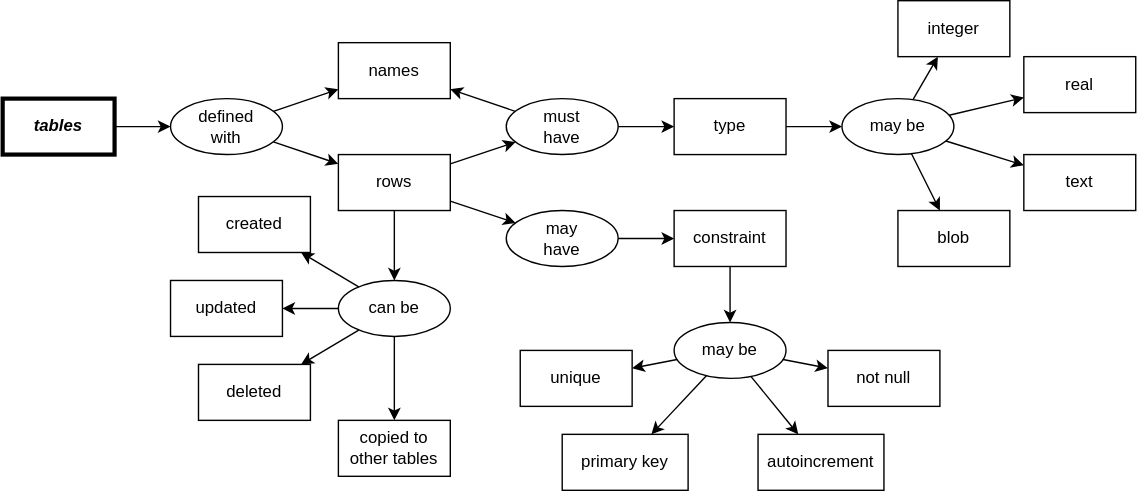
Before: docs/img/concept_map_datamod.svg, a diagram exported from draw.io (gvwilson/sql-tutorial). Source tidied: cells renumbered, new cells last; positions are measured from the earlier drawing's top-left corner, leaving out a move shared by most shapes.
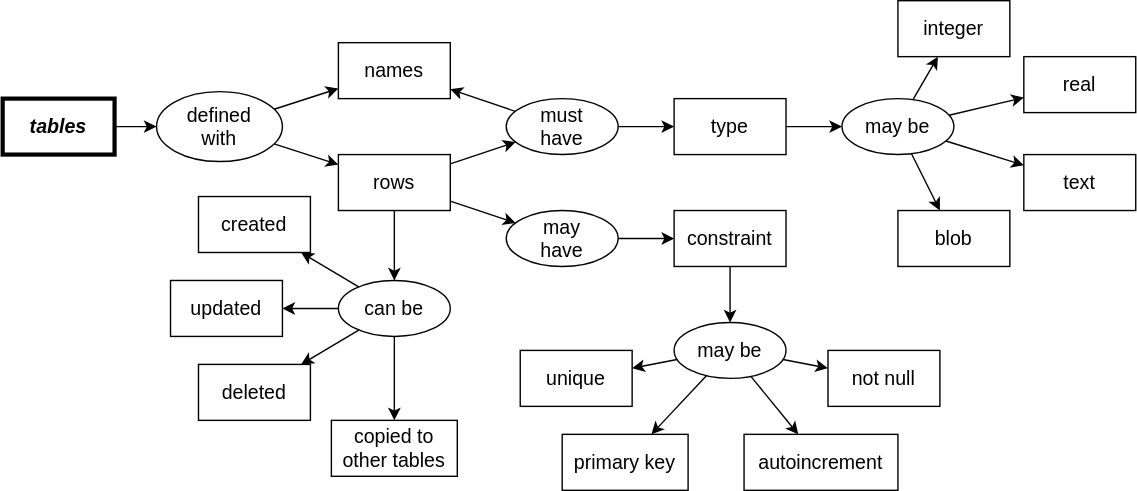
Later version of the same file.

What changed in the source:
```diff
@@ -2,142 +2,142 @@
   <root>
     <mxCell id="0" />
     <mxCell id="1" parent="0" />
-    <mxCell id="2" value="&lt;i&gt;&lt;b&gt;tables&lt;/b&gt;&lt;/i&gt;" style="rounded=0;whiteSpace=wrap;html=1;fillColor=none;strokeWidth=3;" parent="1" vertex="1">
+    <mxCell id="2" value="&lt;i style=&quot;font-size: 14px;&quot;&gt;&lt;b style=&quot;font-size: 14px;&quot;&gt;tables&lt;/b&gt;&lt;/i&gt;" style="rounded=0;whiteSpace=wrap;html=1;fillColor=none;strokeWidth=3;fontSize=14;" parent="1" vertex="1">
       <mxGeometry y="70" width="80" height="40" as="geometry" />
     </mxCell>
-    <mxCell id="3" value="defined&lt;br&gt;with" style="ellipse;whiteSpace=wrap;html=1;fillColor=none;" parent="1" vertex="1">
-      <mxGeometry x="120" y="70" width="80" height="40" as="geometry" />
+    <mxCell id="3" value="defined&lt;br style=&quot;font-size: 14px;&quot;&gt;with" style="ellipse;whiteSpace=wrap;html=1;fillColor=none;fontSize=14;" parent="1" vertex="1">
+      <mxGeometry x="110" y="65" width="90" height="50" as="geometry" />
     </mxCell>
-    <mxCell id="4" style="endArrow=classic;html=1;rounded=0;" parent="1" edge="1" source="2" target="3">
+    <mxCell id="4" style="endArrow=classic;html=1;rounded=0;fontSize=14;" parent="1" edge="1" source="2" target="3">
       <mxGeometry relative="1" as="geometry" />
     </mxCell>
-    <mxCell id="5" value="rows" style="rounded=0;whiteSpace=wrap;html=1;fillColor=none;" parent="1" vertex="1">
+    <mxCell id="5" value="rows" style="rounded=0;whiteSpace=wrap;html=1;fillColor=none;fontSize=14;" parent="1" vertex="1">
       <mxGeometry x="240" y="110" width="80" height="40" as="geometry" />
     </mxCell>
-    <mxCell id="6" style="endArrow=classic;html=1;rounded=0;" parent="1" edge="1" source="3" target="5">
+    <mxCell id="6" style="endArrow=classic;html=1;rounded=0;fontSize=14;" parent="1" edge="1" source="3" target="5">
       <mxGeometry relative="1" as="geometry" />
     </mxCell>
-    <mxCell id="7" value="names" style="rounded=0;whiteSpace=wrap;html=1;fillColor=none;" parent="1" vertex="1">
+    <mxCell id="7" value="names" style="rounded=0;whiteSpace=wrap;html=1;fillColor=none;fontSize=14;" parent="1" vertex="1">
       <mxGeometry x="240" y="30" width="80" height="40" as="geometry" />
     </mxCell>
-    <mxCell id="8" style="endArrow=classic;html=1;rounded=0;" parent="1" edge="1" source="3" target="7">
+    <mxCell id="8" style="endArrow=classic;html=1;rounded=0;fontSize=14;" parent="1" edge="1" source="3" target="7">
       <mxGeometry relative="1" as="geometry" />
     </mxCell>
-    <mxCell id="9" value="must&lt;br&gt;have" style="ellipse;whiteSpace=wrap;html=1;fillColor=none;" parent="1" vertex="1">
+    <mxCell id="9" value="must&lt;br style=&quot;font-size: 14px;&quot;&gt;have" style="ellipse;whiteSpace=wrap;html=1;fillColor=none;fontSize=14;" parent="1" vertex="1">
       <mxGeometry x="360" y="70" width="80" height="40" as="geometry" />
     </mxCell>
-    <mxCell id="10" style="endArrow=classic;html=1;rounded=0;" parent="1" edge="1" source="5" target="9">
+    <mxCell id="10" style="endArrow=classic;html=1;rounded=0;fontSize=14;" parent="1" edge="1" source="5" target="9">
       <mxGeometry relative="1" as="geometry" />
     </mxCell>
-    <mxCell id="11" style="endArrow=classic;html=1;rounded=0;curved=0;" parent="1" edge="1" source="9" target="7">
+    <mxCell id="11" style="endArrow=classic;html=1;rounded=0;curved=0;fontSize=14;" parent="1" edge="1" source="9" target="7">
       <mxGeometry relative="1" as="geometry" />
     </mxCell>
-    <mxCell id="12" value="type" style="rounded=0;whiteSpace=wrap;html=1;fillColor=none;" parent="1" vertex="1">
+    <mxCell id="12" value="type" style="rounded=0;whiteSpace=wrap;html=1;fillColor=none;fontSize=14;" parent="1" vertex="1">
       <mxGeometry x="480" y="70" width="80" height="40" as="geometry" />
     </mxCell>
-    <mxCell id="13" value="constraint" style="rounded=0;whiteSpace=wrap;html=1;fillColor=none;" parent="1" vertex="1">
+    <mxCell id="13" value="constraint" style="rounded=0;whiteSpace=wrap;html=1;fillColor=none;fontSize=14;" parent="1" vertex="1">
       <mxGeometry x="480" y="150" width="80" height="40" as="geometry" />
     </mxCell>
-    <mxCell id="14" style="endArrow=classic;html=1;rounded=0;" parent="1" edge="1" source="9" target="12">
+    <mxCell id="14" style="endArrow=classic;html=1;rounded=0;fontSize=14;" parent="1" edge="1" source="9" target="12">
       <mxGeometry relative="1" as="geometry" />
     </mxCell>
-    <mxCell id="15" value="may&lt;br&gt;have" style="ellipse;whiteSpace=wrap;html=1;fillColor=none;" parent="1" vertex="1">
+    <mxCell id="15" value="may&lt;br style=&quot;font-size: 14px;&quot;&gt;have" style="ellipse;whiteSpace=wrap;html=1;fillColor=none;fontSize=14;" parent="1" vertex="1">
       <mxGeometry x="360" y="150" width="80" height="40" as="geometry" />
     </mxCell>
-    <mxCell id="16" style="endArrow=classic;html=1;rounded=0;" parent="1" edge="1" source="5" target="15">
+    <mxCell id="16" style="endArrow=classic;html=1;rounded=0;fontSize=14;" parent="1" edge="1" source="5" target="15">
       <mxGeometry relative="1" as="geometry" />
     </mxCell>
-    <mxCell id="17" style="endArrow=classic;html=1;rounded=0;" parent="1" edge="1" source="15" target="13">
+    <mxCell id="17" style="endArrow=classic;html=1;rounded=0;fontSize=14;" parent="1" edge="1" source="15" target="13">
       <mxGeometry relative="1" as="geometry" />
     </mxCell>
-    <mxCell id="18" value="may be" style="ellipse;whiteSpace=wrap;html=1;fillColor=none;" parent="1" vertex="1">
+    <mxCell id="18" value="may be" style="ellipse;whiteSpace=wrap;html=1;fillColor=none;fontSize=14;" parent="1" vertex="1">
       <mxGeometry x="600" y="70" width="80" height="40" as="geometry" />
     </mxCell>
-    <mxCell id="19" value="integer" style="rounded=0;whiteSpace=wrap;html=1;fillColor=none;" parent="1" vertex="1">
+    <mxCell id="19" value="integer" style="rounded=0;whiteSpace=wrap;html=1;fillColor=none;fontSize=14;" parent="1" vertex="1">
       <mxGeometry x="640" width="80" height="40" as="geometry" />
     </mxCell>
-    <mxCell id="20" style="endArrow=classic;html=1;rounded=0;" parent="1" edge="1" source="18" target="19">
+    <mxCell id="20" style="endArrow=classic;html=1;rounded=0;fontSize=14;" parent="1" edge="1" source="18" target="19">
       <mxGeometry relative="1" as="geometry" />
     </mxCell>
-    <mxCell id="21" value="real" style="rounded=0;whiteSpace=wrap;html=1;fillColor=none;" parent="1" vertex="1">
+    <mxCell id="21" value="real" style="rounded=0;whiteSpace=wrap;html=1;fillColor=none;fontSize=14;" parent="1" vertex="1">
       <mxGeometry x="730" y="40" width="80" height="40" as="geometry" />
     </mxCell>
-    <mxCell id="22" value="text" style="rounded=0;whiteSpace=wrap;html=1;fillColor=none;" parent="1" vertex="1">
+    <mxCell id="22" value="text" style="rounded=0;whiteSpace=wrap;html=1;fillColor=none;fontSize=14;" parent="1" vertex="1">
       <mxGeometry x="730" y="110" width="80" height="40" as="geometry" />
     </mxCell>
-    <mxCell id="23" style="endArrow=classic;html=1;rounded=0;" parent="1" edge="1" source="18" target="21">
+    <mxCell id="23" style="endArrow=classic;html=1;rounded=0;fontSize=14;" parent="1" edge="1" source="18" target="21">
       <mxGeometry relative="1" as="geometry" />
     </mxCell>
-    <mxCell id="24" style="endArrow=classic;html=1;rounded=0;" parent="1" edge="1" source="18" target="22">
+    <mxCell id="24" style="endArrow=classic;html=1;rounded=0;fontSize=14;" parent="1" edge="1" source="18" target="22">
       <mxGeometry relative="1" as="geometry" />
     </mxCell>
-    <mxCell id="25" value="blob" style="rounded=0;whiteSpace=wrap;html=1;fillColor=none;" parent="1" vertex="1">
+    <mxCell id="25" value="blob" style="rounded=0;whiteSpace=wrap;html=1;fillColor=none;fontSize=14;" parent="1" vertex="1">
       <mxGeometry x="640" y="150" width="80" height="40" as="geometry" />
     </mxCell>
-    <mxCell id="26" style="endArrow=classic;html=1;rounded=0;" parent="1" edge="1" source="18" target="25">
+    <mxCell id="26" style="endArrow=classic;html=1;rounded=0;fontSize=14;" parent="1" edge="1" source="18" target="25">
       <mxGeometry relative="1" as="geometry" />
     </mxCell>
-    <mxCell id="27" style="endArrow=classic;html=1;rounded=0;" parent="1" edge="1" source="12" target="18">
+    <mxCell id="27" style="endArrow=classic;html=1;rounded=0;fontSize=14;" parent="1" edge="1" source="12" target="18">
       <mxGeometry relative="1" as="geometry" />
     </mxCell>
-    <mxCell id="28" value="may be" style="ellipse;whiteSpace=wrap;html=1;fillColor=none;" parent="1" vertex="1">
+    <mxCell id="28" value="may be" style="ellipse;whiteSpace=wrap;html=1;fillColor=none;fontSize=14;" parent="1" vertex="1">
       <mxGeometry x="480" y="230" width="80" height="40" as="geometry" />
     </mxCell>
-    <mxCell id="29" style="endArrow=classic;html=1;rounded=0;" parent="1" edge="1" source="13" target="28">
+    <mxCell id="29" style="endArrow=classic;html=1;rounded=0;fontSize=14;" parent="1" edge="1" source="13" target="28">
       <mxGeometry relative="1" as="geometry" />
     </mxCell>
-    <mxCell id="30" value="unique" style="rounded=0;whiteSpace=wrap;html=1;fillColor=none;" parent="1" vertex="1">
+    <mxCell id="30" value="unique" style="rounded=0;whiteSpace=wrap;html=1;fillColor=none;fontSize=14;" parent="1" vertex="1">
       <mxGeometry x="370" y="250" width="80" height="40" as="geometry" />
     </mxCell>
-    <mxCell id="31" value="not null" style="rounded=0;whiteSpace=wrap;html=1;fillColor=none;" parent="1" vertex="1">
+    <mxCell id="31" value="not null" style="rounded=0;whiteSpace=wrap;html=1;fillColor=none;fontSize=14;" parent="1" vertex="1">
       <mxGeometry x="590" y="250" width="80" height="40" as="geometry" />
     </mxCell>
-    <mxCell id="32" style="endArrow=classic;html=1;rounded=0;" parent="1" edge="1" source="28" target="30">
+    <mxCell id="32" style="endArrow=classic;html=1;rounded=0;fontSize=14;" parent="1" edge="1" source="28" target="30">
       <mxGeometry relative="1" as="geometry" />
     </mxCell>
-    <mxCell id="33" style="endArrow=classic;html=1;rounded=0;" parent="1" edge="1" source="28" target="31">
+    <mxCell id="33" style="endArrow=classic;html=1;rounded=0;fontSize=14;" parent="1" edge="1" source="28" target="31">
       <mxGeometry relative="1" as="geometry" />
     </mxCell>
-    <mxCell id="34" value="primary key" style="rounded=0;whiteSpace=wrap;html=1;fillColor=none;" parent="1" vertex="1">
+    <mxCell id="34" value="primary key" style="rounded=0;whiteSpace=wrap;html=1;fillColor=none;fontSize=14;" parent="1" vertex="1">
       <mxGeometry x="400" y="310" width="90" height="40" as="geometry" />
     </mxCell>
-    <mxCell id="35" style="endArrow=classic;html=1;rounded=0;" parent="1" edge="1" source="28" target="34">
+    <mxCell id="35" style="endArrow=classic;html=1;rounded=0;fontSize=14;" parent="1" edge="1" source="28" target="34">
       <mxGeometry relative="1" as="geometry" />
     </mxCell>
-    <mxCell id="36" value="autoincrement" style="rounded=0;whiteSpace=wrap;html=1;fillColor=none;" parent="1" vertex="1">
-      <mxGeometry x="540" y="310" width="90" height="40" as="geometry" />
+    <mxCell id="36" value="autoincrement" style="rounded=0;whiteSpace=wrap;html=1;fillColor=none;fontSize=14;" parent="1" vertex="1">
+      <mxGeometry x="530" y="310" width="110" height="40" as="geometry" />
     </mxCell>
-    <mxCell id="37" style="endArrow=classic;html=1;rounded=0;" parent="1" edge="1" source="28" target="36">
+    <mxCell id="37" style="endArrow=classic;html=1;rounded=0;fontSize=14;" parent="1" edge="1" source="28" target="36">
       <mxGeometry relative="1" as="geometry" />
     </mxCell>
-    <mxCell id="38" value="can be" style="ellipse;whiteSpace=wrap;html=1;fillColor=none;" parent="1" vertex="1">
+    <mxCell id="38" value="can be" style="ellipse;whiteSpace=wrap;html=1;fillColor=none;fontSize=14;" parent="1" vertex="1">
       <mxGeometry x="240" y="200" width="80" height="40" as="geometry" />
     </mxCell>
-    <mxCell id="39" style="endArrow=classic;html=1;rounded=0;" parent="1" edge="1" source="5" target="38">
+    <mxCell id="39" style="endArrow=classic;html=1;rounded=0;fontSize=14;" parent="1" edge="1" source="5" target="38">
       <mxGeometry relative="1" as="geometry" />
     </mxCell>
-    <mxCell id="40" value="created" style="rounded=0;whiteSpace=wrap;html=1;fillColor=none;" parent="1" vertex="1">
+    <mxCell id="40" value="created" style="rounded=0;whiteSpace=wrap;html=1;fillColor=none;fontSize=14;" parent="1" vertex="1">
       <mxGeometry x="140" y="140" width="80" height="40" as="geometry" />
     </mxCell>
-    <mxCell id="41" value="updated" style="rounded=0;whiteSpace=wrap;html=1;fillColor=none;" parent="1" vertex="1">
+    <mxCell id="41" value="updated" style="rounded=0;whiteSpace=wrap;html=1;fillColor=none;fontSize=14;" parent="1" vertex="1">
       <mxGeometry x="120" y="200" width="80" height="40" as="geometry" />
     </mxCell>
-    <mxCell id="42" value="deleted" style="rounded=0;whiteSpace=wrap;html=1;fillColor=none;" parent="1" vertex="1">
+    <mxCell id="42" value="deleted" style="rounded=0;whiteSpace=wrap;html=1;fillColor=none;fontSize=14;" parent="1" vertex="1">
       <mxGeometry x="140" y="260" width="80" height="40" as="geometry" />
     </mxCell>
-    <mxCell id="43" style="endArrow=classic;html=1;rounded=0;" parent="1" edge="1" source="38" target="40">
+    <mxCell id="43" style="endArrow=classic;html=1;rounded=0;fontSize=14;" parent="1" edge="1" source="38" target="40">
       <mxGeometry relative="1" as="geometry" />
     </mxCell>
-    <mxCell id="44" style="endArrow=classic;html=1;rounded=0;" parent="1" edge="1" source="38" target="41">
+    <mxCell id="44" style="endArrow=classic;html=1;rounded=0;fontSize=14;" parent="1" edge="1" source="38" target="41">
       <mxGeometry relative="1" as="geometry" />
     </mxCell>
-    <mxCell id="45" style="endArrow=classic;html=1;rounded=0;" parent="1" edge="1" source="38" target="42">
+    <mxCell id="45" style="endArrow=classic;html=1;rounded=0;fontSize=14;" parent="1" edge="1" source="38" target="42">
       <mxGeometry relative="1" as="geometry" />
     </mxCell>
-    <mxCell id="46" value="copied to&lt;br&gt;other tables" style="rounded=0;whiteSpace=wrap;html=1;fillColor=none;" parent="1" vertex="1">
-      <mxGeometry x="240" y="300" width="80" height="40" as="geometry" />
+    <mxCell id="46" value="copied to&lt;br style=&quot;font-size: 14px;&quot;&gt;other tables" style="rounded=0;whiteSpace=wrap;html=1;fillColor=none;fontSize=14;" parent="1" vertex="1">
+      <mxGeometry x="235" y="300" width="90" height="40" as="geometry" />
     </mxCell>
-    <mxCell id="47" style="endArrow=classic;html=1;rounded=0;" parent="1" edge="1" source="38" target="46">
+    <mxCell id="47" style="endArrow=classic;html=1;rounded=0;fontSize=14;" parent="1" edge="1" source="38" target="46">
       <mxGeometry relative="1" as="geometry" />
     </mxCell>
   </root>
```
